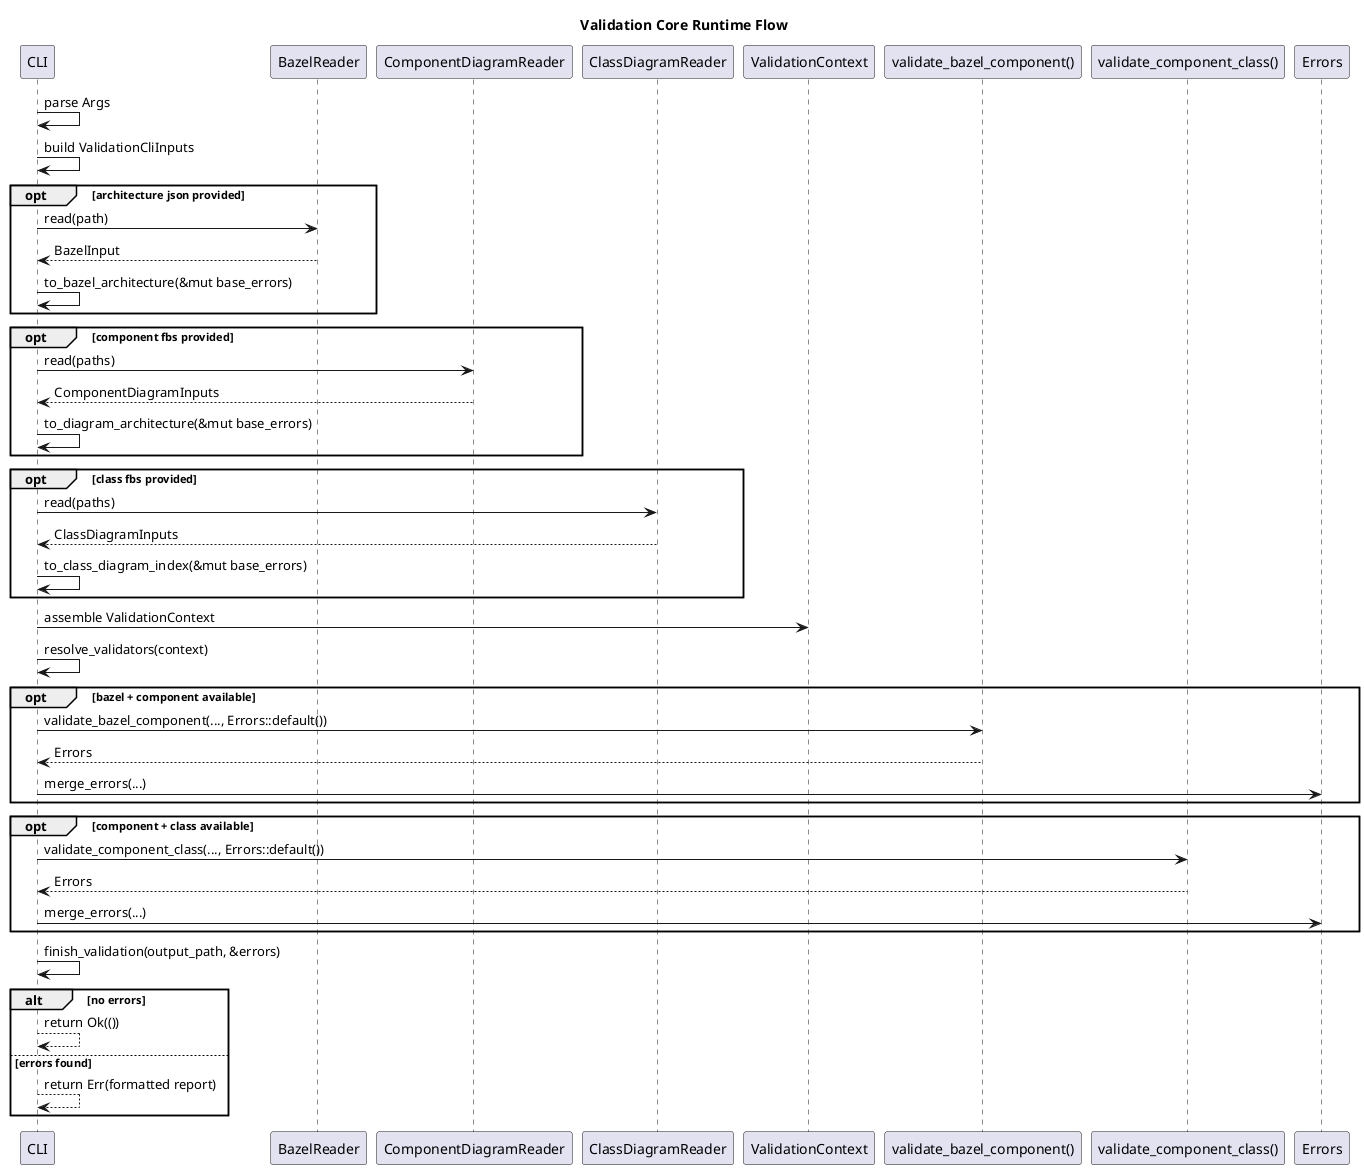
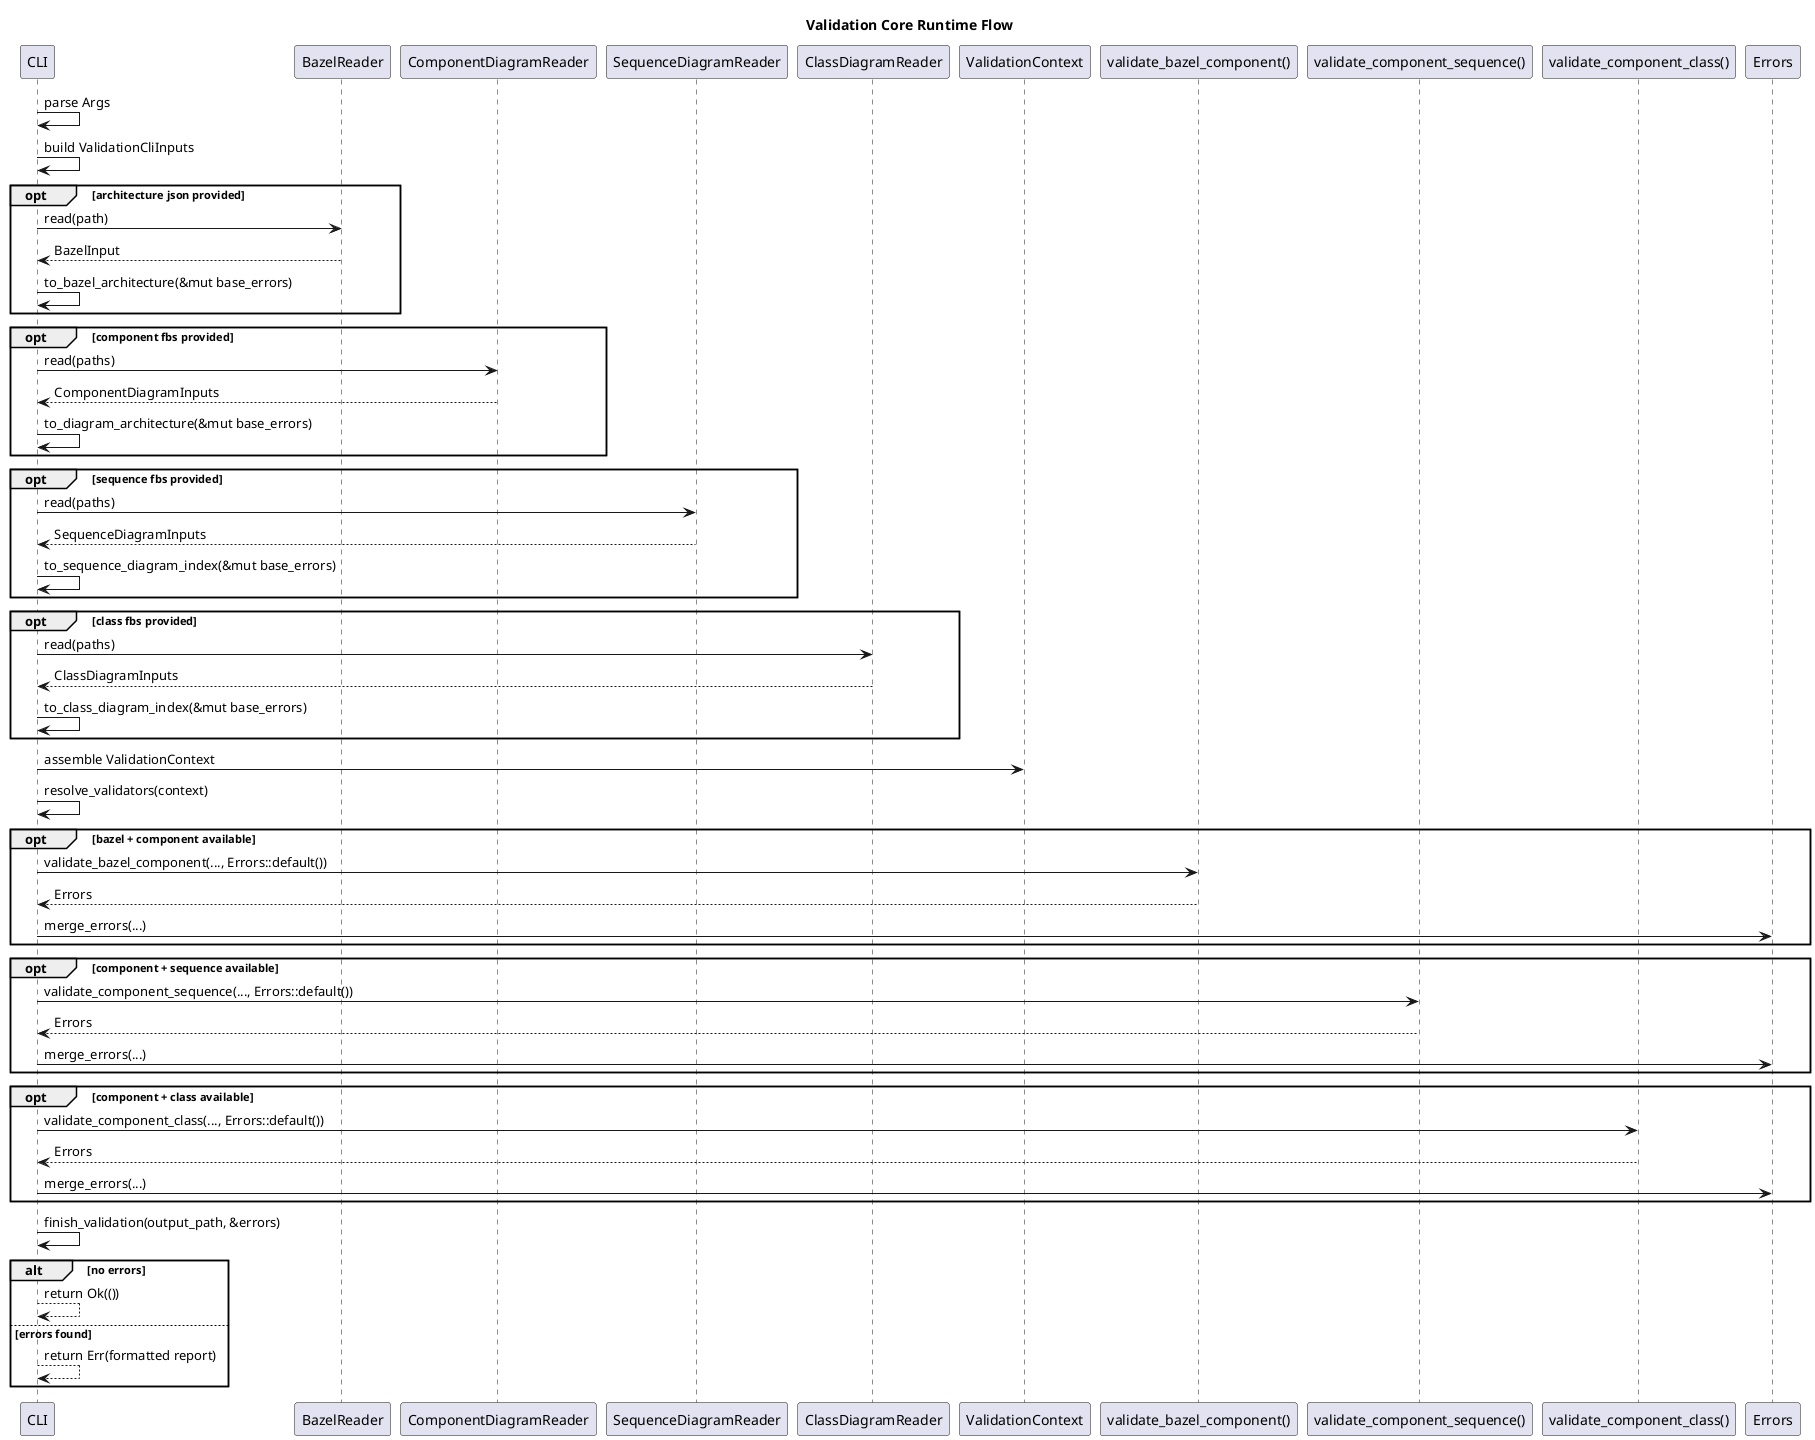
' *******************************************************************************
' Copyright (c) 2026 Contributors to the Eclipse Foundation
'
' See the NOTICE file(s) distributed with this work for additional
' information regarding copyright ownership.
'
' This program and the accompanying materials are made available under the
' terms of the Apache License Version 2.0 which is available at
' https://www.apache.org/licenses/LICENSE-2.0
'
' SPDX-License-Identifier: Apache-2.0
' *******************************************************************************

@startuml validation_core_flow
title Validation Core Runtime Flow

participant "CLI" as cli
participant "BazelReader" as bazel_reader
participant "ComponentDiagramReader" as component_reader
+ participant "SequenceDiagramReader" as sequence_reader
participant "ClassDiagramReader" as class_reader
participant "ValidationContext" as context
participant "validate_bazel_component()" as bazel_validator
+ participant "validate_component_sequence()" as sequence_validator
participant "validate_component_class()" as class_validator
participant "Errors" as errors

cli -> cli: parse Args
cli -> cli: build ValidationCliInputs

opt architecture json provided
  cli -> bazel_reader: read(path)
  bazel_reader --> cli: BazelInput
  cli -> cli: to_bazel_architecture(&mut base_errors)
end

opt component fbs provided
  cli -> component_reader: read(paths)
  component_reader --> cli: ComponentDiagramInputs
  cli -> cli: to_diagram_architecture(&mut base_errors)
end

+ opt sequence fbs provided
+   cli -> sequence_reader: read(paths)
+   sequence_reader --> cli: SequenceDiagramInputs
+   cli -> cli: to_sequence_diagram_index(&mut base_errors)
+ end
+ 
opt class fbs provided
  cli -> class_reader: read(paths)
  class_reader --> cli: ClassDiagramInputs
  cli -> cli: to_class_diagram_index(&mut base_errors)
end

cli -> context: assemble ValidationContext
cli -> cli: resolve_validators(context)

opt bazel + component available
  cli -> bazel_validator: validate_bazel_component(..., Errors::default())
  bazel_validator --> cli: Errors
+   cli -> errors: merge_errors(...)
+ end
+ 
+ opt component + sequence available
+   cli -> sequence_validator: validate_component_sequence(..., Errors::default())
+   sequence_validator --> cli: Errors
  cli -> errors: merge_errors(...)
end

opt component + class available
  cli -> class_validator: validate_component_class(..., Errors::default())
  class_validator --> cli: Errors
  cli -> errors: merge_errors(...)
end

cli -> cli: finish_validation(output_path, &errors)

alt no errors
  cli --> cli: return Ok(())
else errors found
  cli --> cli: return Err(formatted report)
end

@enduml
